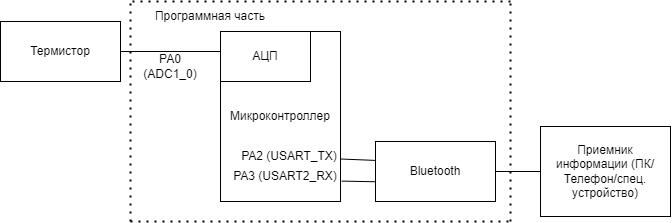
Luda-Seliv-KE-413/Kursovoy keeps this draw.io diagram as DOC/images/Structura.png. Above is the earlier version. Source tidied: cells renumbered, new cells last; positions are measured from the earlier drawing's top-left corner, leaving out a move shared by most shapes.
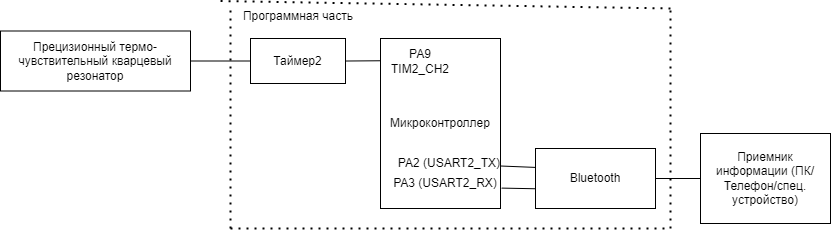
The same file after the commit.

Change to the diagram source:
```diff
@@ -8,23 +8,20 @@
     <mxCell id="3" value="Bluetooth" style="rounded=0;whiteSpace=wrap;html=1;" parent="1" vertex="1">
       <mxGeometry x="375" y="140" width="120" height="60" as="geometry" />
     </mxCell>
-    <mxCell id="4" value="Термистор" style="rounded=0;whiteSpace=wrap;html=1;" parent="1" vertex="1">
-      <mxGeometry y="20" width="120" height="60" as="geometry" />
+    <mxCell id="4" value="Прецизионный термо-чувствительный кварцевый резонатор" style="rounded=0;whiteSpace=wrap;html=1;" parent="1" vertex="1">
+      <mxGeometry x="-160" y="22.5" width="190" height="60" as="geometry" />
     </mxCell>
-    <mxCell id="5" value="АЦП" style="rounded=0;whiteSpace=wrap;html=1;" parent="1" vertex="1">
-      <mxGeometry x="220" y="30" width="90" height="50" as="geometry" />
-    </mxCell>
     <mxCell id="6" value="Приемник информации (ПК/Телефон/спец. устройство)" style="rounded=0;whiteSpace=wrap;html=1;" parent="1" vertex="1">
       <mxGeometry x="540" y="125" width="130" height="90" as="geometry" />
     </mxCell>
     <mxCell id="7" style="endArrow=none;html=1;rounded=0;exitX=1;exitY=0.5;exitDx=0;exitDy=0;entryX=0;entryY=0.5;entryDx=0;entryDy=0;" parent="1" edge="1" source="3" target="6">
       <mxGeometry relative="1" as="geometry" />
     </mxCell>
-    <mxCell id="8" style="endArrow=none;html=1;rounded=0;exitX=1;exitY=0.5;exitDx=0;exitDy=0;entryX=0;entryY=0.4;entryDx=0;entryDy=0;entryPerimeter=0;" parent="1" edge="1" source="4" target="5">
+    <mxCell id="8" style="endArrow=none;html=1;rounded=0;exitX=1;exitY=0.5;exitDx=0;exitDy=0;entryX=0;entryY=0.5;entryDx=0;entryDy=0;" parent="1" edge="1" source="4" target="19">
       <mxGeometry relative="1" as="geometry" />
     </mxCell>
     <mxCell id="9" value="Программная часть" style="text;html=1;align=center;verticalAlign=middle;whiteSpace=wrap;rounded=0;" parent="1" vertex="1">
-      <mxGeometry x="130" width="160" height="30" as="geometry" />
+      <mxGeometry x="57.5" y="-7.5" width="160" height="30" as="geometry" />
     </mxCell>
     <mxCell id="10" style="endArrow=none;dashed=1;html=1;dashPattern=1 3;strokeWidth=2;rounded=0;entryX=0;entryY=0;entryDx=0;entryDy=0;" parent="1" edge="1" target="9">
       <mxGeometry relative="1" as="geometry">
@@ -33,16 +30,16 @@
     </mxCell>
     <mxCell id="11" style="endArrow=none;dashed=1;html=1;dashPattern=1 3;strokeWidth=2;rounded=0;" parent="1" edge="1">
       <mxGeometry relative="1" as="geometry">
-        <mxPoint x="130" y="220" as="sourcePoint" />
-        <mxPoint x="130" as="targetPoint" />
+        <mxPoint x="70" y="220" as="sourcePoint" />
+        <mxPoint x="70" as="targetPoint" />
         <Array as="points">
-          <mxPoint x="130" y="170" />
+          <mxPoint x="70" y="170" />
         </Array>
       </mxGeometry>
     </mxCell>
     <mxCell id="12" style="endArrow=none;dashed=1;html=1;dashPattern=1 3;strokeWidth=2;rounded=0;" parent="1" edge="1">
       <mxGeometry relative="1" as="geometry">
-        <mxPoint x="130" y="220" as="sourcePoint" />
+        <mxPoint x="70" y="220" as="sourcePoint" />
         <mxPoint x="510" y="220" as="targetPoint" />
       </mxGeometry>
     </mxCell>
@@ -52,20 +49,29 @@
         <mxPoint x="510" as="targetPoint" />
       </mxGeometry>
     </mxCell>
-    <mxCell id="14" value="PA0 (ADC1_0)" style="text;html=1;align=center;verticalAlign=middle;whiteSpace=wrap;rounded=0;" parent="1" vertex="1">
-      <mxGeometry x="140" y="50" width="60" height="30" as="geometry" />
-    </mxCell>
     <mxCell id="15" style="endArrow=none;html=1;rounded=0;exitX=1.01;exitY=0.88;exitDx=0;exitDy=0;exitPerimeter=0;entryX=0.003;entryY=0.671;entryDx=0;entryDy=0;entryPerimeter=0;" parent="1" edge="1" source="2" target="3">
       <mxGeometry relative="1" as="geometry" />
     </mxCell>
     <mxCell id="16" style="endArrow=none;html=1;rounded=0;exitX=1;exitY=0.75;exitDx=0;exitDy=0;entryX=-0.003;entryY=0.315;entryDx=0;entryDy=0;entryPerimeter=0;" parent="1" edge="1" source="2" target="3">
       <mxGeometry relative="1" as="geometry" />
     </mxCell>
-    <mxCell id="17" value="PA2 (USART_TX)" style="text;html=1;align=center;verticalAlign=middle;whiteSpace=wrap;rounded=0;" parent="1" vertex="1">
+    <mxCell id="17" value="PA2 (USART2_TX)" style="text;html=1;align=center;verticalAlign=middle;whiteSpace=wrap;rounded=0;" parent="1" vertex="1">
       <mxGeometry x="234" y="140" width="110" height="30" as="geometry" />
     </mxCell>
     <mxCell id="18" value="PA3 (USART2_RX)" style="text;html=1;align=center;verticalAlign=middle;whiteSpace=wrap;rounded=0;" parent="1" vertex="1">
       <mxGeometry x="230" y="160" width="110" height="30" as="geometry" />
     </mxCell>
+    <mxCell id="19" value="Таймер2" style="rounded=0;whiteSpace=wrap;html=1;" parent="1" vertex="1">
+      <mxGeometry x="90" y="30" width="95" height="45" as="geometry" />
+    </mxCell>
+    <mxCell id="20" style="endArrow=none;html=1;rounded=0;exitX=1;exitY=0.75;exitDx=0;exitDy=0;entryX=-0.001;entryY=0.197;entryDx=0;entryDy=0;entryPerimeter=0;" parent="1" edge="1">
+      <mxGeometry relative="1" as="geometry">
+        <mxPoint x="185" y="52.5" as="sourcePoint" />
+        <mxPoint x="219.9" y="52.3" as="targetPoint" />
+      </mxGeometry>
+    </mxCell>
+    <mxCell id="21" value="PA9&lt;br&gt;TIM2_CH2" style="text;html=1;align=center;verticalAlign=middle;whiteSpace=wrap;rounded=0;" parent="1" vertex="1">
+      <mxGeometry x="230" y="37.5" width="60" height="30" as="geometry" />
+    </mxCell>
   </root>
 </mxGraphModel>
```
